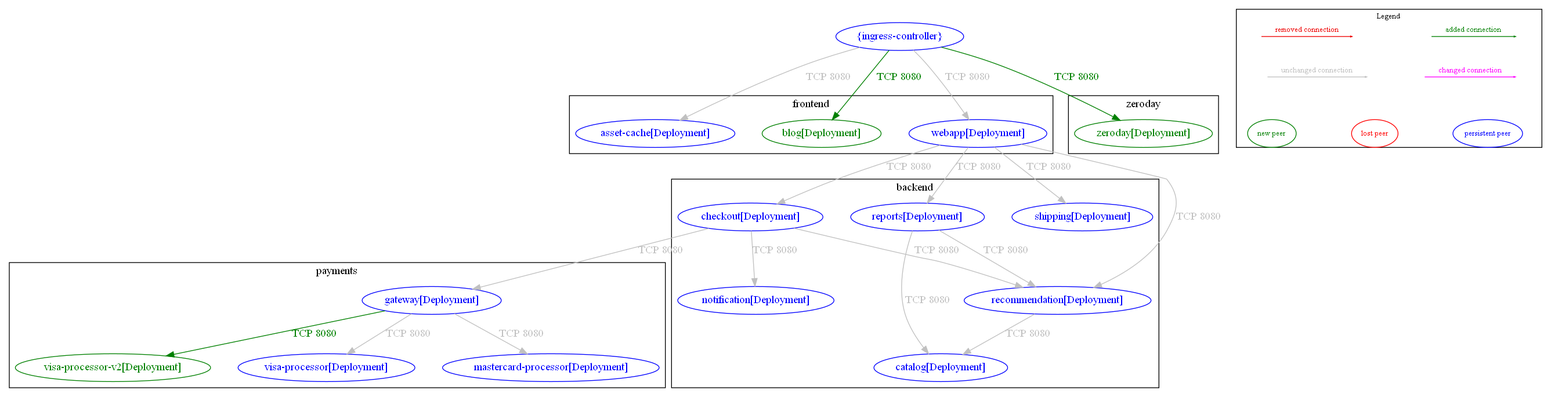
This is test_outputs/diff/diff_between_acs-security-demos-added-workloads_and_acs-security-demos.dot.png from np-guard/netpol-analyzer, a Graphviz export, as it was before one commit. Its source is kept beside it as test_outputs/diff/diff_between_acs-security-demos-added-workloads_and_acs-security-demos.dot.
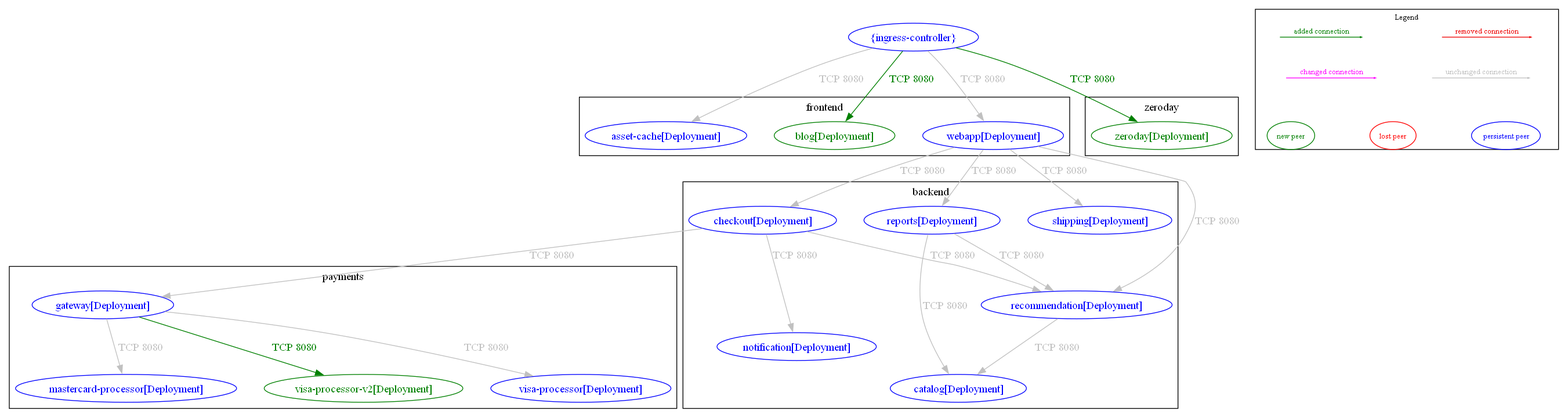
Later version of the same file.

The edit, as a diff of the source:
```diff
@@ -26,23 +26,23 @@
 		label="zeroday"
 	}
 	"{ingress-controller}" [label="{ingress-controller}" color="blue" fontcolor="blue"]
-	"backend/checkout[Deployment]" -> "backend/notification[Deployment]" [label="TCP 8080" color="grey" fontcolor="grey"]
-	"backend/checkout[Deployment]" -> "backend/recommendation[Deployment]" [label="TCP 8080" color="grey" fontcolor="grey"]
-	"backend/checkout[Deployment]" -> "payments/gateway[Deployment]" [label="TCP 8080" color="grey" fontcolor="grey"]
-	"backend/recommendation[Deployment]" -> "backend/catalog[Deployment]" [label="TCP 8080" color="grey" fontcolor="grey"]
-	"backend/reports[Deployment]" -> "backend/catalog[Deployment]" [label="TCP 8080" color="grey" fontcolor="grey"]
-	"backend/reports[Deployment]" -> "backend/recommendation[Deployment]" [label="TCP 8080" color="grey" fontcolor="grey"]
-	"frontend/webapp[Deployment]" -> "backend/checkout[Deployment]" [label="TCP 8080" color="grey" fontcolor="grey"]
-	"frontend/webapp[Deployment]" -> "backend/recommendation[Deployment]" [label="TCP 8080" color="grey" fontcolor="grey"]
-	"frontend/webapp[Deployment]" -> "backend/reports[Deployment]" [label="TCP 8080" color="grey" fontcolor="grey"]
-	"frontend/webapp[Deployment]" -> "backend/shipping[Deployment]" [label="TCP 8080" color="grey" fontcolor="grey"]
-	"payments/gateway[Deployment]" -> "payments/mastercard-processor[Deployment]" [label="TCP 8080" color="grey" fontcolor="grey"]
-	"payments/gateway[Deployment]" -> "payments/visa-processor-v2[Deployment]" [label="TCP 8080" color="#008000" fontcolor="#008000"]
-	"payments/gateway[Deployment]" -> "payments/visa-processor[Deployment]" [label="TCP 8080" color="grey" fontcolor="grey"]
-	"{ingress-controller}" -> "frontend/asset-cache[Deployment]" [label="TCP 8080" color="grey" fontcolor="grey"]
-	"{ingress-controller}" -> "frontend/blog[Deployment]" [label="TCP 8080" color="#008000" fontcolor="#008000"]
-	"{ingress-controller}" -> "frontend/webapp[Deployment]" [label="TCP 8080" color="grey" fontcolor="grey"]
-	"{ingress-controller}" -> "zeroday/zeroday[Deployment]" [label="TCP 8080" color="#008000" fontcolor="#008000"]
+	"backend/checkout[Deployment]" -> "backend/notification[Deployment]" [label="TCP 8080" color="grey" fontcolor="grey" weight=0.5]
+	"backend/checkout[Deployment]" -> "backend/recommendation[Deployment]" [label="TCP 8080" color="grey" fontcolor="grey" weight=0.5]
+	"backend/checkout[Deployment]" -> "payments/gateway[Deployment]" [label="TCP 8080" color="grey" fontcolor="grey" weight=0.5]
+	"backend/recommendation[Deployment]" -> "backend/catalog[Deployment]" [label="TCP 8080" color="grey" fontcolor="grey" weight=1]
+	"backend/reports[Deployment]" -> "backend/catalog[Deployment]" [label="TCP 8080" color="grey" fontcolor="grey" weight=1]
+	"backend/reports[Deployment]" -> "backend/recommendation[Deployment]" [label="TCP 8080" color="grey" fontcolor="grey" weight=1]
+	"frontend/webapp[Deployment]" -> "backend/checkout[Deployment]" [label="TCP 8080" color="grey" fontcolor="grey" weight=1]
+	"frontend/webapp[Deployment]" -> "backend/recommendation[Deployment]" [label="TCP 8080" color="grey" fontcolor="grey" weight=1]
+	"frontend/webapp[Deployment]" -> "backend/reports[Deployment]" [label="TCP 8080" color="grey" fontcolor="grey" weight=1]
+	"frontend/webapp[Deployment]" -> "backend/shipping[Deployment]" [label="TCP 8080" color="grey" fontcolor="grey" weight=1]
+	"payments/gateway[Deployment]" -> "payments/mastercard-processor[Deployment]" [label="TCP 8080" color="grey" fontcolor="grey" weight=0.5]
+	"payments/gateway[Deployment]" -> "payments/visa-processor-v2[Deployment]" [label="TCP 8080" color="#008000" fontcolor="#008000" weight=0.5]
+	"payments/gateway[Deployment]" -> "payments/visa-processor[Deployment]" [label="TCP 8080" color="grey" fontcolor="grey" weight=0.5]
+	"{ingress-controller}" -> "frontend/asset-cache[Deployment]" [label="TCP 8080" color="grey" fontcolor="grey" weight=1]
+	"{ingress-controller}" -> "frontend/blog[Deployment]" [label="TCP 8080" color="#008000" fontcolor="#008000" weight=1]
+	"{ingress-controller}" -> "frontend/webapp[Deployment]" [label="TCP 8080" color="grey" fontcolor="grey" weight=1]
+	"{ingress-controller}" -> "zeroday/zeroday[Deployment]" [label="TCP 8080" color="#008000" fontcolor="#008000" weight=1]
 	nodesep=0.5
 	subgraph cluster_legend {
 		label="Legend"
```
